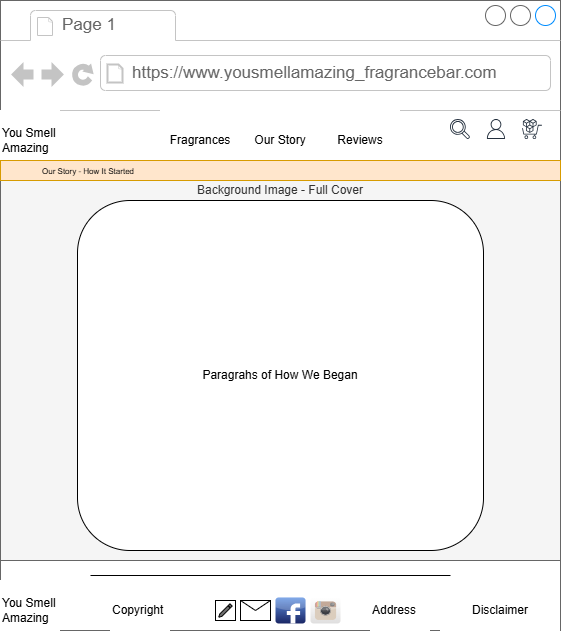
twittsack/Handcrafted_Fragrances keeps this draw.io diagram as wireframes/FragranceBusiness_Story.drawio.png. Above is the earlier version. Source tidied: cells renumbered, new cells last; positions are measured from the earlier drawing's top-left corner, leaving out a move shared by most shapes. Its diagram source:
```xml
<mxGraphModel>
  <root>
    <mxCell id="0" />
    <mxCell id="1" parent="0" />
    <mxCell id="2" style="strokeWidth=1;shadow=0;dashed=0;align=center;html=1;shape=mxgraph.mockup.containers.browserWindow;rSize=0;strokeColor=#666666;strokeColor2=#008cff;strokeColor3=#c4c4c4;mainText=,;" parent="1" vertex="1">
      <mxGeometry width="560" height="630" as="geometry" />
    </mxCell>
    <mxCell id="3" value="Page 1" style="strokeWidth=1;shadow=0;dashed=0;align=center;html=1;shape=mxgraph.mockup.containers.anchor;fontSize=17;fontColor=#666666;align=left;whiteSpace=wrap;" parent="2" vertex="1">
      <mxGeometry x="60" y="12" width="110" height="26" as="geometry" />
    </mxCell>
    <mxCell id="4" value="https://www.yousmellamazing_fragrancebar.com" style="strokeWidth=1;shadow=0;dashed=0;align=center;html=1;shape=mxgraph.mockup.containers.anchor;rSize=0;fontSize=17;fontColor=#666666;align=left;" parent="2" vertex="1">
      <mxGeometry x="130" y="60" width="250" height="26" as="geometry" />
    </mxCell>
    <mxCell id="5" value="You Smell&lt;div&gt;Amazing&lt;/div&gt;" style="rounded=0;whiteSpace=wrap;html=1;align=left;strokeColor=none;" parent="2" vertex="1">
      <mxGeometry y="110" width="60" height="60" as="geometry" />
    </mxCell>
    <mxCell id="6" style="group;strokeColor=none;" parent="2" vertex="1">
      <mxGeometry x="160" y="110" width="240" height="60" as="geometry" />
    </mxCell>
    <mxCell id="7" value="Fragrances" style="rounded=0;whiteSpace=wrap;html=1;strokeColor=none;" parent="6" vertex="1">
      <mxGeometry width="80" height="60" as="geometry" />
    </mxCell>
    <mxCell id="8" value="Our Story" style="rounded=0;whiteSpace=wrap;html=1;strokeColor=none;" parent="6" vertex="1">
      <mxGeometry x="80" width="80" height="60" as="geometry" />
    </mxCell>
    <mxCell id="9" style="group;" parent="2" vertex="1">
      <mxGeometry x="450" y="119" width="92" height="20" as="geometry" />
    </mxCell>
    <mxCell id="10" style="sketch=0;fontColor=#232F3E;gradientColor=none;fillColor=#232F3D;strokeColor=none;dashed=0;verticalLabelPosition=bottom;verticalAlign=top;align=center;html=1;fontSize=12;fontStyle=0;shape=mxgraph.aws4.user;" parent="9" vertex="1">
      <mxGeometry x="36" width="20" height="20" as="geometry" />
    </mxCell>
    <mxCell id="11" style="sketch=0;fontColor=#232F3E;gradientColor=none;fillColor=#232F3D;strokeColor=none;dashed=0;verticalLabelPosition=bottom;verticalAlign=top;align=center;html=1;fontSize=12;fontStyle=0;shape=mxgraph.aws4.magnifying_glass_2;" parent="9" vertex="1">
      <mxGeometry width="20" height="20" as="geometry" />
    </mxCell>
    <mxCell id="12" style="sketch=0;fontColor=#232F3E;gradientColor=none;fillColor=#232F3D;strokeColor=none;dashed=0;verticalLabelPosition=bottom;verticalAlign=top;align=center;html=1;fontSize=12;fontStyle=0;shape=mxgraph.aws4.marketplace;" parent="9" vertex="1">
      <mxGeometry x="72" width="20" height="20" as="geometry" />
    </mxCell>
    <mxCell id="13" value="You Smell&lt;div&gt;Amazing&lt;/div&gt;" style="rounded=0;whiteSpace=wrap;html=1;align=left;strokeColor=none;" parent="2" vertex="1">
      <mxGeometry y="580" width="60" height="60" as="geometry" />
    </mxCell>
    <mxCell id="14" value="Disclaimer" style="rounded=0;whiteSpace=wrap;html=1;align=center;strokeColor=none;" parent="2" vertex="1">
      <mxGeometry x="440" y="580" width="120" height="60" as="geometry" />
    </mxCell>
    <mxCell id="15" value="&lt;div&gt;Copyright&lt;/div&gt;" style="rounded=0;whiteSpace=wrap;html=1;align=left;strokeColor=none;" parent="2" vertex="1">
      <mxGeometry x="110" y="580" width="60" height="60" as="geometry" />
    </mxCell>
    <mxCell id="16" value="Address" style="rounded=0;whiteSpace=wrap;html=1;align=left;strokeColor=none;" parent="2" vertex="1">
      <mxGeometry x="370" y="580" width="60" height="60" as="geometry" />
    </mxCell>
    <mxCell id="17" value="Background Image - Full Cover&lt;div&gt;&lt;br&gt;&lt;/div&gt;&lt;div&gt;&lt;br&gt;&lt;/div&gt;&lt;div&gt;&lt;br&gt;&lt;/div&gt;&lt;div&gt;&lt;br&gt;&lt;/div&gt;&lt;div&gt;&lt;br&gt;&lt;/div&gt;&lt;div&gt;&lt;br&gt;&lt;/div&gt;&lt;div&gt;&lt;br&gt;&lt;/div&gt;&lt;div&gt;&lt;br&gt;&lt;/div&gt;&lt;div&gt;&lt;br&gt;&lt;/div&gt;&lt;div&gt;&lt;br&gt;&lt;/div&gt;&lt;div&gt;&lt;br&gt;&lt;/div&gt;&lt;div&gt;&lt;br&gt;&lt;/div&gt;&lt;div&gt;&lt;br&gt;&lt;/div&gt;&lt;div&gt;&lt;br&gt;&lt;/div&gt;&lt;div&gt;&lt;br&gt;&lt;/div&gt;&lt;div&gt;&lt;br&gt;&lt;/div&gt;&lt;div&gt;&lt;br&gt;&lt;/div&gt;&lt;div&gt;&lt;br&gt;&lt;/div&gt;&lt;div&gt;&lt;br&gt;&lt;/div&gt;&lt;div&gt;&lt;br&gt;&lt;/div&gt;&lt;div&gt;&lt;br&gt;&lt;/div&gt;&lt;div&gt;&lt;br&gt;&lt;/div&gt;&lt;div&gt;&lt;br&gt;&lt;/div&gt;&lt;div&gt;&lt;br&gt;&lt;/div&gt;&lt;div&gt;&lt;br&gt;&lt;/div&gt;" style="rounded=0;whiteSpace=wrap;html=1;fillColor=#f5f5f5;strokeColor=#666666;fontColor=#333333;" parent="2" vertex="1">
      <mxGeometry y="180" width="560" height="380" as="geometry" />
    </mxCell>
    <mxCell id="18" value="&lt;font style=&quot;font-size: 10px;&quot;&gt;Learn More&lt;/font&gt;" style="strokeWidth=1;shadow=0;dashed=0;align=center;html=1;shape=mxgraph.mockup.buttons.button;strokeColor=#6D1F00;mainText=;buttonStyle=round;fontSize=17;fontStyle=1;fillColor=#a0522d;whiteSpace=wrap;fontColor=#ffffff;" parent="2" vertex="1">
      <mxGeometry x="350" y="520" width="60" height="20" as="geometry" />
    </mxCell>
    <mxCell id="19" value="Reviews" style="rounded=0;whiteSpace=wrap;html=1;strokeColor=none;" parent="2" vertex="1">
      <mxGeometry x="320" y="110" width="80" height="60" as="geometry" />
    </mxCell>
    <mxCell id="20" style="line;strokeWidth=1;html=1;" parent="2" vertex="1">
      <mxGeometry x="90" y="570" width="360" height="10" as="geometry" />
    </mxCell>
    <mxCell id="21" style="group;" parent="2" vertex="1">
      <mxGeometry x="220" y="597" width="120" height="26" as="geometry" />
    </mxCell>
    <mxCell id="22" style="dashed=0;html=1;align=center;labelPosition=center;verticalLabelPosition=bottom;verticalAlign=top;shape=mxgraph.webicons.instagram;gradientColor=#DFDEDE;" parent="21" vertex="1">
      <mxGeometry x="90" width="30" height="26" as="geometry" />
    </mxCell>
    <mxCell id="23" style="dashed=0;html=1;align=center;labelPosition=center;verticalLabelPosition=bottom;verticalAlign=top;shape=mxgraph.webicons.facebook;fillColor=#6294E4;gradientColor=#1A2665;" parent="21" vertex="1">
      <mxGeometry x="55" width="30" height="26" as="geometry" />
    </mxCell>
    <mxCell id="24" style="shape=message;html=1;html=1;labelPosition=center;verticalLabelPosition=bottom;align=center;verticalAlign=top;" parent="21" vertex="1">
      <mxGeometry x="20" y="3" width="30" height="20" as="geometry" />
    </mxCell>
    <mxCell id="25" style="whiteSpace=wrap;html=1;" parent="21" vertex="1">
      <mxGeometry x="-5" y="3" width="20" height="20" as="geometry" />
    </mxCell>
    <mxCell id="26" style="whiteSpace=wrap;html=1;dashed=0;verticalLabelPosition=bottom;verticalAlign=top;shape=mxgraph.gmdl.edit;strokeColor=default;fillColor=#737373;shadow=0;sketch=0;" parent="21" vertex="1">
      <mxGeometry x="-1.7" y="6.3" width="13.3" height="13.3" as="geometry" />
    </mxCell>
    <mxCell id="27" value="&lt;blockquote style=&quot;margin: 0 0 0 40px; border: none; padding: 0px;&quot;&gt;&lt;span style=&quot;font-size: 8px; white-space: pre;&quot;&gt;Our Story - How It Started&lt;/span&gt;&lt;/blockquote&gt;" style="rounded=0;whiteSpace=wrap;html=1;fillColor=#ffe6cc;strokeColor=#d79b00;align=left;" parent="2" vertex="1">
      <mxGeometry y="160" width="560" height="20" as="geometry" />
    </mxCell>
    <mxCell id="28" value="&lt;div&gt;Paragrahs of How We Began&lt;/div&gt;" style="rounded=1;whiteSpace=wrap;html=1;" parent="2" vertex="1">
      <mxGeometry x="77" y="200" width="406" height="350" as="geometry" />
    </mxCell>
  </root>
</mxGraphModel>
```
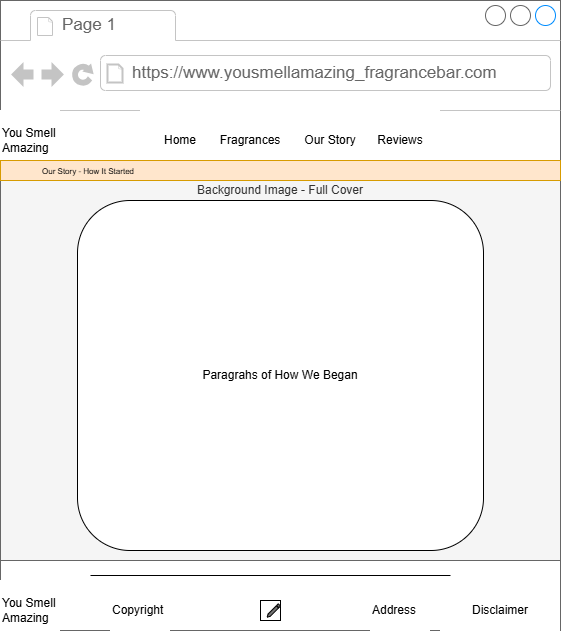
Later version of the same file.

What changed in the source:
```diff
@@ -2,86 +2,68 @@
   <root>
     <mxCell id="0" />
     <mxCell id="1" parent="0" />
-    <mxCell id="2" style="strokeWidth=1;shadow=0;dashed=0;align=center;html=1;shape=mxgraph.mockup.containers.browserWindow;rSize=0;strokeColor=#666666;strokeColor2=#008cff;strokeColor3=#c4c4c4;mainText=,;" parent="1" vertex="1">
-      <mxGeometry width="560" height="630" as="geometry" />
-    </mxCell>
+    <mxCell id="29" style="strokeWidth=1;shadow=0;dashed=0;align=center;html=1;shape=mxgraph.mockup.containers.browserWindow;rSize=0;strokeColor=#666666;strokeColor2=#008cff;strokeColor3=#c4c4c4;mainText=,;" parent="1" vertex="1">
+      <mxGeometry x="50" y="10" width="560" height="630" as="geometry" />
+    </mxCell>
-    <mxCell id="3" value="Page 1" style="strokeWidth=1;shadow=0;dashed=0;align=center;html=1;shape=mxgraph.mockup.containers.anchor;fontSize=17;fontColor=#666666;align=left;whiteSpace=wrap;" parent="2" vertex="1">
+    <mxCell id="3" value="Page 1" style="strokeWidth=1;shadow=0;dashed=0;align=center;html=1;shape=mxgraph.mockup.containers.anchor;fontSize=17;fontColor=#666666;align=left;whiteSpace=wrap;" parent="29" vertex="1">
       <mxGeometry x="60" y="12" width="110" height="26" as="geometry" />
     </mxCell>
-    <mxCell id="4" value="https://www.yousmellamazing_fragrancebar.com" style="strokeWidth=1;shadow=0;dashed=0;align=center;html=1;shape=mxgraph.mockup.containers.anchor;rSize=0;fontSize=17;fontColor=#666666;align=left;" parent="2" vertex="1">
+    <mxCell id="4" value="https://www.yousmellamazing_fragrancebar.com" style="strokeWidth=1;shadow=0;dashed=0;align=center;html=1;shape=mxgraph.mockup.containers.anchor;rSize=0;fontSize=17;fontColor=#666666;align=left;" parent="29" vertex="1">
       <mxGeometry x="130" y="60" width="250" height="26" as="geometry" />
     </mxCell>
-    <mxCell id="5" value="You Smell&lt;div&gt;Amazing&lt;/div&gt;" style="rounded=0;whiteSpace=wrap;html=1;align=left;strokeColor=none;" parent="2" vertex="1">
+    <mxCell id="5" value="You Smell&lt;div&gt;Amazing&lt;/div&gt;" style="rounded=0;whiteSpace=wrap;html=1;align=left;strokeColor=none;" parent="29" vertex="1">
       <mxGeometry y="110" width="60" height="60" as="geometry" />
     </mxCell>
-    <mxCell id="6" style="group;strokeColor=none;" parent="2" vertex="1">
-      <mxGeometry x="160" y="110" width="240" height="60" as="geometry" />
-    </mxCell>
+    <mxCell id="30" style="group;strokeColor=none;" parent="29" vertex="1">
+      <mxGeometry x="210" y="110" width="240" height="60" as="geometry" />
+    </mxCell>
-    <mxCell id="7" value="Fragrances" style="rounded=0;whiteSpace=wrap;html=1;strokeColor=none;" parent="6" vertex="1">
+    <mxCell id="7" value="Fragrances" style="rounded=0;whiteSpace=wrap;html=1;strokeColor=none;" parent="30" vertex="1">
       <mxGeometry width="80" height="60" as="geometry" />
     </mxCell>
-    <mxCell id="8" value="Our Story" style="rounded=0;whiteSpace=wrap;html=1;strokeColor=none;" parent="6" vertex="1">
+    <mxCell id="8" value="Our Story" style="rounded=0;whiteSpace=wrap;html=1;strokeColor=none;" parent="30" vertex="1">
       <mxGeometry x="80" width="80" height="60" as="geometry" />
     </mxCell>
-    <mxCell id="9" style="group;" parent="2" vertex="1">
-      <mxGeometry x="450" y="119" width="92" height="20" as="geometry" />
-    </mxCell>
-    <mxCell id="10" style="sketch=0;fontColor=#232F3E;gradientColor=none;fillColor=#232F3D;strokeColor=none;dashed=0;verticalLabelPosition=bottom;verticalAlign=top;align=center;html=1;fontSize=12;fontStyle=0;shape=mxgraph.aws4.user;" parent="9" vertex="1">
-      <mxGeometry x="36" width="20" height="20" as="geometry" />
-    </mxCell>
-    <mxCell id="11" style="sketch=0;fontColor=#232F3E;gradientColor=none;fillColor=#232F3D;strokeColor=none;dashed=0;verticalLabelPosition=bottom;verticalAlign=top;align=center;html=1;fontSize=12;fontStyle=0;shape=mxgraph.aws4.magnifying_glass_2;" parent="9" vertex="1">
-      <mxGeometry width="20" height="20" as="geometry" />
-    </mxCell>
-    <mxCell id="12" style="sketch=0;fontColor=#232F3E;gradientColor=none;fillColor=#232F3D;strokeColor=none;dashed=0;verticalLabelPosition=bottom;verticalAlign=top;align=center;html=1;fontSize=12;fontStyle=0;shape=mxgraph.aws4.marketplace;" parent="9" vertex="1">
-      <mxGeometry x="72" width="20" height="20" as="geometry" />
-    </mxCell>
-    <mxCell id="13" value="You Smell&lt;div&gt;Amazing&lt;/div&gt;" style="rounded=0;whiteSpace=wrap;html=1;align=left;strokeColor=none;" parent="2" vertex="1">
+    <mxCell id="13" value="You Smell&lt;div&gt;Amazing&lt;/div&gt;" style="rounded=0;whiteSpace=wrap;html=1;align=left;strokeColor=none;" parent="29" vertex="1">
       <mxGeometry y="580" width="60" height="60" as="geometry" />
     </mxCell>
-    <mxCell id="14" value="Disclaimer" style="rounded=0;whiteSpace=wrap;html=1;align=center;strokeColor=none;" parent="2" vertex="1">
+    <mxCell id="14" value="Disclaimer" style="rounded=0;whiteSpace=wrap;html=1;align=center;strokeColor=none;" parent="29" vertex="1">
       <mxGeometry x="440" y="580" width="120" height="60" as="geometry" />
     </mxCell>
-    <mxCell id="15" value="&lt;div&gt;Copyright&lt;/div&gt;" style="rounded=0;whiteSpace=wrap;html=1;align=left;strokeColor=none;" parent="2" vertex="1">
+    <mxCell id="15" value="&lt;div&gt;Copyright&lt;/div&gt;" style="rounded=0;whiteSpace=wrap;html=1;align=left;strokeColor=none;" parent="29" vertex="1">
       <mxGeometry x="110" y="580" width="60" height="60" as="geometry" />
     </mxCell>
-    <mxCell id="16" value="Address" style="rounded=0;whiteSpace=wrap;html=1;align=left;strokeColor=none;" parent="2" vertex="1">
+    <mxCell id="16" value="Address" style="rounded=0;whiteSpace=wrap;html=1;align=left;strokeColor=none;" parent="29" vertex="1">
       <mxGeometry x="370" y="580" width="60" height="60" as="geometry" />
     </mxCell>
-    <mxCell id="17" value="Background Image - Full Cover&lt;div&gt;&lt;br&gt;&lt;/div&gt;&lt;div&gt;&lt;br&gt;&lt;/div&gt;&lt;div&gt;&lt;br&gt;&lt;/div&gt;&lt;div&gt;&lt;br&gt;&lt;/div&gt;&lt;div&gt;&lt;br&gt;&lt;/div&gt;&lt;div&gt;&lt;br&gt;&lt;/div&gt;&lt;div&gt;&lt;br&gt;&lt;/div&gt;&lt;div&gt;&lt;br&gt;&lt;/div&gt;&lt;div&gt;&lt;br&gt;&lt;/div&gt;&lt;div&gt;&lt;br&gt;&lt;/div&gt;&lt;div&gt;&lt;br&gt;&lt;/div&gt;&lt;div&gt;&lt;br&gt;&lt;/div&gt;&lt;div&gt;&lt;br&gt;&lt;/div&gt;&lt;div&gt;&lt;br&gt;&lt;/div&gt;&lt;div&gt;&lt;br&gt;&lt;/div&gt;&lt;div&gt;&lt;br&gt;&lt;/div&gt;&lt;div&gt;&lt;br&gt;&lt;/div&gt;&lt;div&gt;&lt;br&gt;&lt;/div&gt;&lt;div&gt;&lt;br&gt;&lt;/div&gt;&lt;div&gt;&lt;br&gt;&lt;/div&gt;&lt;div&gt;&lt;br&gt;&lt;/div&gt;&lt;div&gt;&lt;br&gt;&lt;/div&gt;&lt;div&gt;&lt;br&gt;&lt;/div&gt;&lt;div&gt;&lt;br&gt;&lt;/div&gt;&lt;div&gt;&lt;br&gt;&lt;/div&gt;" style="rounded=0;whiteSpace=wrap;html=1;fillColor=#f5f5f5;strokeColor=#666666;fontColor=#333333;" parent="2" vertex="1">
+    <mxCell id="17" value="Background Image - Full Cover&lt;div&gt;&lt;br&gt;&lt;/div&gt;&lt;div&gt;&lt;br&gt;&lt;/div&gt;&lt;div&gt;&lt;br&gt;&lt;/div&gt;&lt;div&gt;&lt;br&gt;&lt;/div&gt;&lt;div&gt;&lt;br&gt;&lt;/div&gt;&lt;div&gt;&lt;br&gt;&lt;/div&gt;&lt;div&gt;&lt;br&gt;&lt;/div&gt;&lt;div&gt;&lt;br&gt;&lt;/div&gt;&lt;div&gt;&lt;br&gt;&lt;/div&gt;&lt;div&gt;&lt;br&gt;&lt;/div&gt;&lt;div&gt;&lt;br&gt;&lt;/div&gt;&lt;div&gt;&lt;br&gt;&lt;/div&gt;&lt;div&gt;&lt;br&gt;&lt;/div&gt;&lt;div&gt;&lt;br&gt;&lt;/div&gt;&lt;div&gt;&lt;br&gt;&lt;/div&gt;&lt;div&gt;&lt;br&gt;&lt;/div&gt;&lt;div&gt;&lt;br&gt;&lt;/div&gt;&lt;div&gt;&lt;br&gt;&lt;/div&gt;&lt;div&gt;&lt;br&gt;&lt;/div&gt;&lt;div&gt;&lt;br&gt;&lt;/div&gt;&lt;div&gt;&lt;br&gt;&lt;/div&gt;&lt;div&gt;&lt;br&gt;&lt;/div&gt;&lt;div&gt;&lt;br&gt;&lt;/div&gt;&lt;div&gt;&lt;br&gt;&lt;/div&gt;&lt;div&gt;&lt;br&gt;&lt;/div&gt;" style="rounded=0;whiteSpace=wrap;html=1;fillColor=#f5f5f5;strokeColor=#666666;fontColor=#333333;" parent="29" vertex="1">
       <mxGeometry y="180" width="560" height="380" as="geometry" />
     </mxCell>
-    <mxCell id="18" value="&lt;font style=&quot;font-size: 10px;&quot;&gt;Learn More&lt;/font&gt;" style="strokeWidth=1;shadow=0;dashed=0;align=center;html=1;shape=mxgraph.mockup.buttons.button;strokeColor=#6D1F00;mainText=;buttonStyle=round;fontSize=17;fontStyle=1;fillColor=#a0522d;whiteSpace=wrap;fontColor=#ffffff;" parent="2" vertex="1">
+    <mxCell id="18" value="&lt;font style=&quot;font-size: 10px;&quot;&gt;Learn More&lt;/font&gt;" style="strokeWidth=1;shadow=0;dashed=0;align=center;html=1;shape=mxgraph.mockup.buttons.button;strokeColor=#6D1F00;mainText=;buttonStyle=round;fontSize=17;fontStyle=1;fillColor=#a0522d;whiteSpace=wrap;fontColor=#ffffff;" parent="29" vertex="1">
       <mxGeometry x="350" y="520" width="60" height="20" as="geometry" />
     </mxCell>
-    <mxCell id="19" value="Reviews" style="rounded=0;whiteSpace=wrap;html=1;strokeColor=none;" parent="2" vertex="1">
-      <mxGeometry x="320" y="110" width="80" height="60" as="geometry" />
+    <mxCell id="19" value="Reviews" style="rounded=0;whiteSpace=wrap;html=1;strokeColor=none;" parent="29" vertex="1">
+      <mxGeometry x="360" y="110" width="80" height="60" as="geometry" />
     </mxCell>
-    <mxCell id="20" style="line;strokeWidth=1;html=1;" parent="2" vertex="1">
+    <mxCell id="20" style="line;strokeWidth=1;html=1;" parent="29" vertex="1">
       <mxGeometry x="90" y="570" width="360" height="10" as="geometry" />
     </mxCell>
-    <mxCell id="21" style="group;" parent="2" vertex="1">
+    <mxCell id="21" style="group;" parent="29" vertex="1">
       <mxGeometry x="220" y="597" width="120" height="26" as="geometry" />
     </mxCell>
-    <mxCell id="22" style="dashed=0;html=1;align=center;labelPosition=center;verticalLabelPosition=bottom;verticalAlign=top;shape=mxgraph.webicons.instagram;gradientColor=#DFDEDE;" parent="21" vertex="1">
-      <mxGeometry x="90" width="30" height="26" as="geometry" />
-    </mxCell>
-    <mxCell id="23" style="dashed=0;html=1;align=center;labelPosition=center;verticalLabelPosition=bottom;verticalAlign=top;shape=mxgraph.webicons.facebook;fillColor=#6294E4;gradientColor=#1A2665;" parent="21" vertex="1">
-      <mxGeometry x="55" width="30" height="26" as="geometry" />
-    </mxCell>
-    <mxCell id="24" style="shape=message;html=1;html=1;labelPosition=center;verticalLabelPosition=bottom;align=center;verticalAlign=top;" parent="21" vertex="1">
-      <mxGeometry x="20" y="3" width="30" height="20" as="geometry" />
-    </mxCell>
-    <mxCell id="25" style="whiteSpace=wrap;html=1;" parent="21" vertex="1">
-      <mxGeometry x="-5" y="3" width="20" height="20" as="geometry" />
-    </mxCell>
-    <mxCell id="26" style="whiteSpace=wrap;html=1;dashed=0;verticalLabelPosition=bottom;verticalAlign=top;shape=mxgraph.gmdl.edit;strokeColor=default;fillColor=#737373;shadow=0;sketch=0;" parent="21" vertex="1">
-      <mxGeometry x="-1.7" y="6.3" width="13.3" height="13.3" as="geometry" />
-    </mxCell>
+    <mxCell id="31" style="whiteSpace=wrap;html=1;" parent="21" vertex="1">
+      <mxGeometry x="40" y="3" width="20" height="20" as="geometry" />
+    </mxCell>
+    <mxCell id="32" style="whiteSpace=wrap;html=1;dashed=0;verticalLabelPosition=bottom;verticalAlign=top;shape=mxgraph.gmdl.edit;strokeColor=default;fillColor=#737373;shadow=0;sketch=0;" parent="21" vertex="1">
+      <mxGeometry x="46.7" y="6.3" width="13.3" height="13.3" as="geometry" />
+    </mxCell>
+    <mxCell id="28" value="&lt;div&gt;Paragrahs of How We Began&lt;/div&gt;" style="rounded=1;whiteSpace=wrap;html=1;" parent="29" vertex="1">
+      <mxGeometry x="77" y="200" width="406" height="350" as="geometry" />
+    </mxCell>
+    <mxCell id="33" value="Home" style="rounded=0;whiteSpace=wrap;html=1;strokeColor=none;" parent="29" vertex="1">
+      <mxGeometry x="140" y="110" width="80" height="60" as="geometry" />
+    </mxCell>
-    <mxCell id="27" value="&lt;blockquote style=&quot;margin: 0 0 0 40px; border: none; padding: 0px;&quot;&gt;&lt;span style=&quot;font-size: 8px; white-space: pre;&quot;&gt;Our Story - How It Started&lt;/span&gt;&lt;/blockquote&gt;" style="rounded=0;whiteSpace=wrap;html=1;fillColor=#ffe6cc;strokeColor=#d79b00;align=left;" parent="2" vertex="1">
+    <mxCell id="27" value="&lt;blockquote style=&quot;margin: 0 0 0 40px; border: none; padding: 0px;&quot;&gt;&lt;span style=&quot;font-size: 8px; white-space: pre;&quot;&gt;Our Story - How It Started&lt;/span&gt;&lt;/blockquote&gt;" style="rounded=0;whiteSpace=wrap;html=1;fillColor=#ffe6cc;strokeColor=#d79b00;align=left;" parent="29" vertex="1">
       <mxGeometry y="160" width="560" height="20" as="geometry" />
     </mxCell>
-    <mxCell id="28" value="&lt;div&gt;Paragrahs of How We Began&lt;/div&gt;" style="rounded=1;whiteSpace=wrap;html=1;" parent="2" vertex="1">
-      <mxGeometry x="77" y="200" width="406" height="350" as="geometry" />
-    </mxCell>
   </root>
 </mxGraphModel>
```
